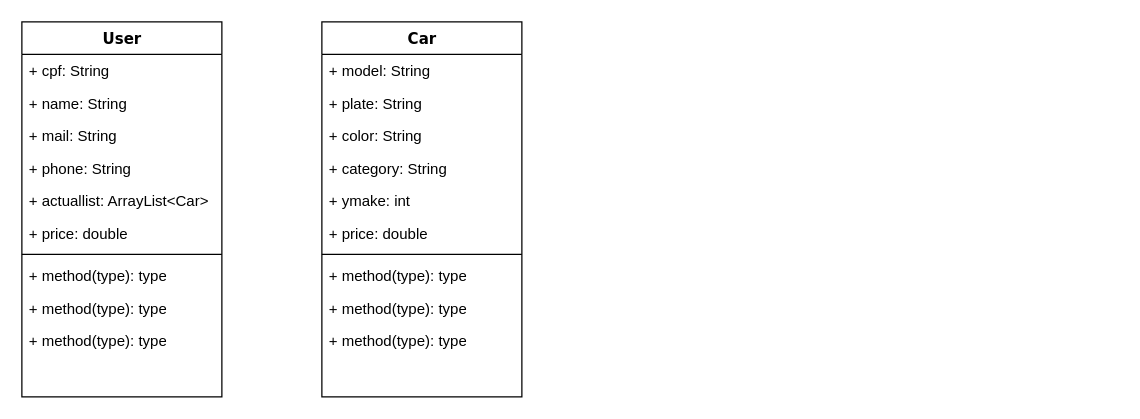
This is diagram/diagram.drawio from victorfernandesraton/Trabalho_Poo, a draw.io file, before an edit. Source tidied: cells renumbered, new cells numbered last; positions are measured from the earlier drawing's top-left corner, leaving out a move shared by most shapes. Both pictures are drawn from the tidied source at 125%, with x=0, y=0 at pixel (21, 21).
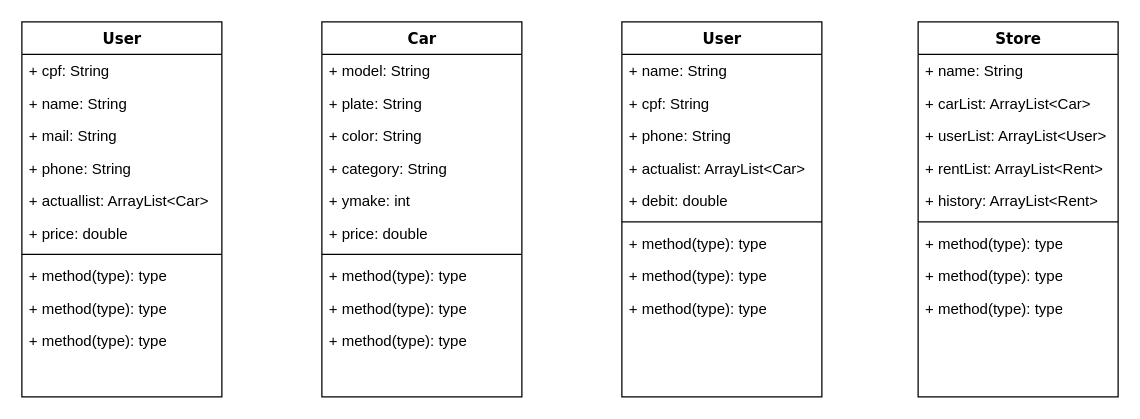
Above is the later version.

Commit message (it also covers changes not shown here):
final: diagrama - Pendente métodos

Diff of the diagram source:
```diff
@@
+    <mxCell id="24" value="User" style="swimlane;html=1;fontStyle=1;align=center;verticalAlign=top;horizontal=1;startSize=26;swimlaneFillColor=#ffffff;rounded=0;shadow=0;comic=0;labelBackgroundColor=none;strokeColor=#000000;strokeWidth=1;fillColor=none;fontFamily=Verdana;fontSize=12;fontColor=#000000;" parent="1" vertex="1">
+      <mxGeometry x="480" width="160" height="300" as="geometry" />
+    </mxCell>
+    <mxCell id="25" value="+ name: String" style="text;html=1;strokeColor=none;fillColor=none;align=left;verticalAlign=top;spacingLeft=4;spacingRight=4;whiteSpace=wrap;overflow=hidden;" parent="24" vertex="1">
+      <mxGeometry y="26" width="160" height="26" as="geometry" />
+    </mxCell>
+    <mxCell id="26" value="+ cpf: String" style="text;html=1;strokeColor=none;fillColor=none;align=left;verticalAlign=top;spacingLeft=4;spacingRight=4;whiteSpace=wrap;overflow=hidden;" parent="24" vertex="1">
+      <mxGeometry y="52" width="160" height="26" as="geometry" />
+    </mxCell>
+    <mxCell id="27" value="+ phone: String" style="text;html=1;strokeColor=none;fillColor=none;align=left;verticalAlign=top;spacingLeft=4;spacingRight=4;whiteSpace=wrap;overflow=hidden;" parent="24" vertex="1">
+      <mxGeometry y="78" width="160" height="26" as="geometry" />
+    </mxCell>
+    <mxCell id="28" value="+ actualist: ArrayList&amp;lt;Car&amp;gt;" style="text;html=1;strokeColor=none;fillColor=none;align=left;verticalAlign=top;spacingLeft=4;spacingRight=4;whiteSpace=wrap;overflow=hidden;" parent="24" vertex="1">
+      <mxGeometry y="104" width="160" height="26" as="geometry" />
+    </mxCell>
+    <mxCell id="29" value="+ debit: double" style="text;html=1;strokeColor=none;fillColor=none;align=left;verticalAlign=top;spacingLeft=4;spacingRight=4;whiteSpace=wrap;overflow=hidden;" parent="24" vertex="1">
+      <mxGeometry y="130" width="160" height="26" as="geometry" />
+    </mxCell>
+    <mxCell id="30" style="line;html=1;strokeWidth=1;fillColor=none;align=left;verticalAlign=middle;spacingTop=-1;spacingLeft=3;spacingRight=3;labelPosition=right;" parent="24" vertex="1">
+      <mxGeometry y="156" width="160" height="8" as="geometry" />
+    </mxCell>
+    <mxCell id="31" value="+ method(type): type" style="text;html=1;strokeColor=none;fillColor=none;align=left;verticalAlign=top;spacingLeft=4;spacingRight=4;whiteSpace=wrap;overflow=hidden;" parent="24" vertex="1">
+      <mxGeometry y="164" width="160" height="26" as="geometry" />
+    </mxCell>
+    <mxCell id="32" value="+ method(type): type" style="text;html=1;strokeColor=none;fillColor=none;align=left;verticalAlign=top;spacingLeft=4;spacingRight=4;whiteSpace=wrap;overflow=hidden;" parent="24" vertex="1">
+      <mxGeometry y="190" width="160" height="26" as="geometry" />
+    </mxCell>
+    <mxCell id="33" value="+ method(type): type" style="text;html=1;strokeColor=none;fillColor=none;align=left;verticalAlign=top;spacingLeft=4;spacingRight=4;whiteSpace=wrap;overflow=hidden;" parent="24" vertex="1">
+      <mxGeometry y="216" width="160" height="26" as="geometry" />
+    </mxCell>
+    <mxCell id="34" value="Store" style="swimlane;html=1;fontStyle=1;align=center;verticalAlign=top;horizontal=1;startSize=26;swimlaneFillColor=#ffffff;rounded=0;shadow=0;comic=0;labelBackgroundColor=none;strokeColor=#000000;strokeWidth=1;fillColor=none;fontFamily=Verdana;fontSize=12;fontColor=#000000;" parent="1" vertex="1">
+      <mxGeometry x="717" width="160" height="300" as="geometry" />
+    </mxCell>
+    <mxCell id="35" value="+ name: String" style="text;html=1;strokeColor=none;fillColor=none;align=left;verticalAlign=top;spacingLeft=4;spacingRight=4;whiteSpace=wrap;overflow=hidden;" parent="34" vertex="1">
+      <mxGeometry y="26" width="160" height="26" as="geometry" />
+    </mxCell>
+    <mxCell id="36" value="+ carList: ArrayList&amp;lt;Car&amp;gt;" style="text;html=1;strokeColor=none;fillColor=none;align=left;verticalAlign=top;spacingLeft=4;spacingRight=4;whiteSpace=wrap;overflow=hidden;" parent="34" vertex="1">
+      <mxGeometry y="52" width="160" height="26" as="geometry" />
+    </mxCell>
+    <mxCell id="37" value="+ userList: ArrayList&amp;lt;User&amp;gt;" style="text;html=1;strokeColor=none;fillColor=none;align=left;verticalAlign=top;spacingLeft=4;spacingRight=4;whiteSpace=wrap;overflow=hidden;" parent="34" vertex="1">
+      <mxGeometry y="78" width="160" height="26" as="geometry" />
+    </mxCell>
+    <mxCell id="38" value="+ rentList: ArrayList&amp;lt;Rent&amp;gt;" style="text;html=1;strokeColor=none;fillColor=none;align=left;verticalAlign=top;spacingLeft=4;spacingRight=4;whiteSpace=wrap;overflow=hidden;" parent="34" vertex="1">
+      <mxGeometry y="104" width="160" height="26" as="geometry" />
+    </mxCell>
+    <mxCell id="39" value="+ history: ArrayList&amp;lt;Rent&amp;gt;" style="text;html=1;strokeColor=none;fillColor=none;align=left;verticalAlign=top;spacingLeft=4;spacingRight=4;whiteSpace=wrap;overflow=hidden;" parent="34" vertex="1">
+      <mxGeometry y="130" width="160" height="26" as="geometry" />
+    </mxCell>
+    <mxCell id="40" style="line;html=1;strokeWidth=1;fillColor=none;align=left;verticalAlign=middle;spacingTop=-1;spacingLeft=3;spacingRight=3;labelPosition=right;" parent="34" vertex="1">
+      <mxGeometry y="156" width="160" height="8" as="geometry" />
+    </mxCell>
+    <mxCell id="41" value="+ method(type): type" style="text;html=1;strokeColor=none;fillColor=none;align=left;verticalAlign=top;spacingLeft=4;spacingRight=4;whiteSpace=wrap;overflow=hidden;" parent="34" vertex="1">
+      <mxGeometry y="164" width="160" height="26" as="geometry" />
+    </mxCell>
+    <mxCell id="42" value="+ method(type): type" style="text;html=1;strokeColor=none;fillColor=none;align=left;verticalAlign=top;spacingLeft=4;spacingRight=4;whiteSpace=wrap;overflow=hidden;" parent="34" vertex="1">
+      <mxGeometry y="190" width="160" height="26" as="geometry" />
+    </mxCell>
+    <mxCell id="43" value="+ method(type): type" style="text;html=1;strokeColor=none;fillColor=none;align=left;verticalAlign=top;spacingLeft=4;spacingRight=4;whiteSpace=wrap;overflow=hidden;" parent="34" vertex="1">
+      <mxGeometry y="216" width="160" height="26" as="geometry" />
+    </mxCell>
```
